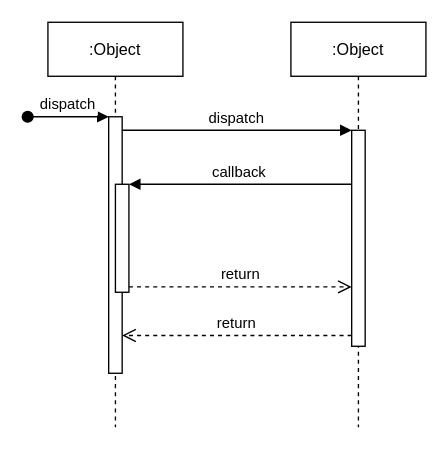
keepsaunter/draw-files keeps this draw.io diagram as Untitled Diagram.drawio. Above is the earlier version. Source tidied: cells renumbered, new cells numbered last; positions are measured from the earlier drawing's top-left corner, leaving out a move shared by most shapes. Both pictures are drawn from the tidied source at 135%, with x=0, y=0 at pixel (27, 22).
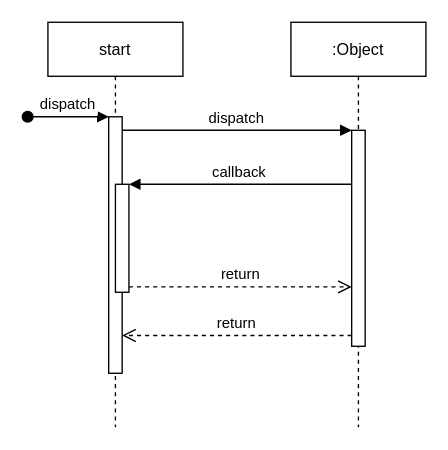
After the change.

What changed in the source:
```diff
@@
 <mxGraphModel>
   <root>
     <mxCell id="0" />
     <mxCell id="1" parent="0" />
-    <mxCell id="2" value=":Object" style="shape=umlLifeline;perimeter=lifelinePerimeter;rounded=0;shadow=0;strokeWidth=1;" parent="1" vertex="1">
+    <mxCell id="2" value="start" style="shape=umlLifeline;perimeter=lifelinePerimeter;rounded=0;shadow=0;strokeWidth=1;" parent="1" vertex="1">
       <mxGeometry x="15" width="100" height="300" as="geometry" />
     </mxCell>
     <mxCell id="3" style="points=[];perimeter=orthogonalPerimeter;rounded=0;shadow=0;strokeWidth=1;" parent="2" vertex="1">
       <mxGeometry x="45" y="70" width="10" height="190" as="geometry" />
     </mxCell>
     <mxCell id="4" value="dispatch" style="verticalAlign=bottom;startArrow=oval;endArrow=block;startSize=8;shadow=0;strokeWidth=1;" parent="2" edge="1" target="3">
       <mxGeometry relative="1" as="geometry">
         <mxPoint x="-15" y="70" as="sourcePoint" />
       </mxGeometry>
     </mxCell>
     <mxCell id="5" style="points=[];perimeter=orthogonalPerimeter;rounded=0;shadow=0;strokeWidth=1;" parent="2" vertex="1">
       <mxGeometry x="50" y="120" width="10" height="80" as="geometry" />
     </mxCell>
     <mxCell id="6" value=":Object" style="shape=umlLifeline;perimeter=lifelinePerimeter;rounded=0;shadow=0;strokeWidth=1;" parent="1" vertex="1">
       <mxGeometry x="195" width="100" height="300" as="geometry" />
     </mxCell>
     <mxCell id="7" style="points=[];perimeter=orthogonalPerimeter;rounded=0;shadow=0;strokeWidth=1;" parent="6" vertex="1">
       <mxGeometry x="45" y="80" width="10" height="160" as="geometry" />
     </mxCell>
     <mxCell id="8" value="return" style="verticalAlign=bottom;endArrow=open;dashed=1;endSize=8;exitX=0;exitY=0.95;shadow=0;strokeWidth=1;" parent="1" edge="1" source="7" target="3">
       <mxGeometry relative="1" as="geometry" />
     </mxCell>
     <mxCell id="9" value="dispatch" style="verticalAlign=bottom;endArrow=block;entryX=0;entryY=0;shadow=0;strokeWidth=1;" parent="1" edge="1" source="3" target="7">
       <mxGeometry relative="1" as="geometry" />
     </mxCell>
     <mxCell id="10" value="callback" style="verticalAlign=bottom;endArrow=block;entryX=1;entryY=0;shadow=0;strokeWidth=1;" parent="1" edge="1" source="7" target="5">
       <mxGeometry relative="1" as="geometry" />
     </mxCell>
     <mxCell id="11" value="return" style="verticalAlign=bottom;endArrow=open;dashed=1;endSize=8;exitX=1;exitY=0.95;shadow=0;strokeWidth=1;" parent="1" edge="1" source="5" target="7">
       <mxGeometry relative="1" as="geometry" />
     </mxCell>
   </root>
 </mxGraphModel>
```
